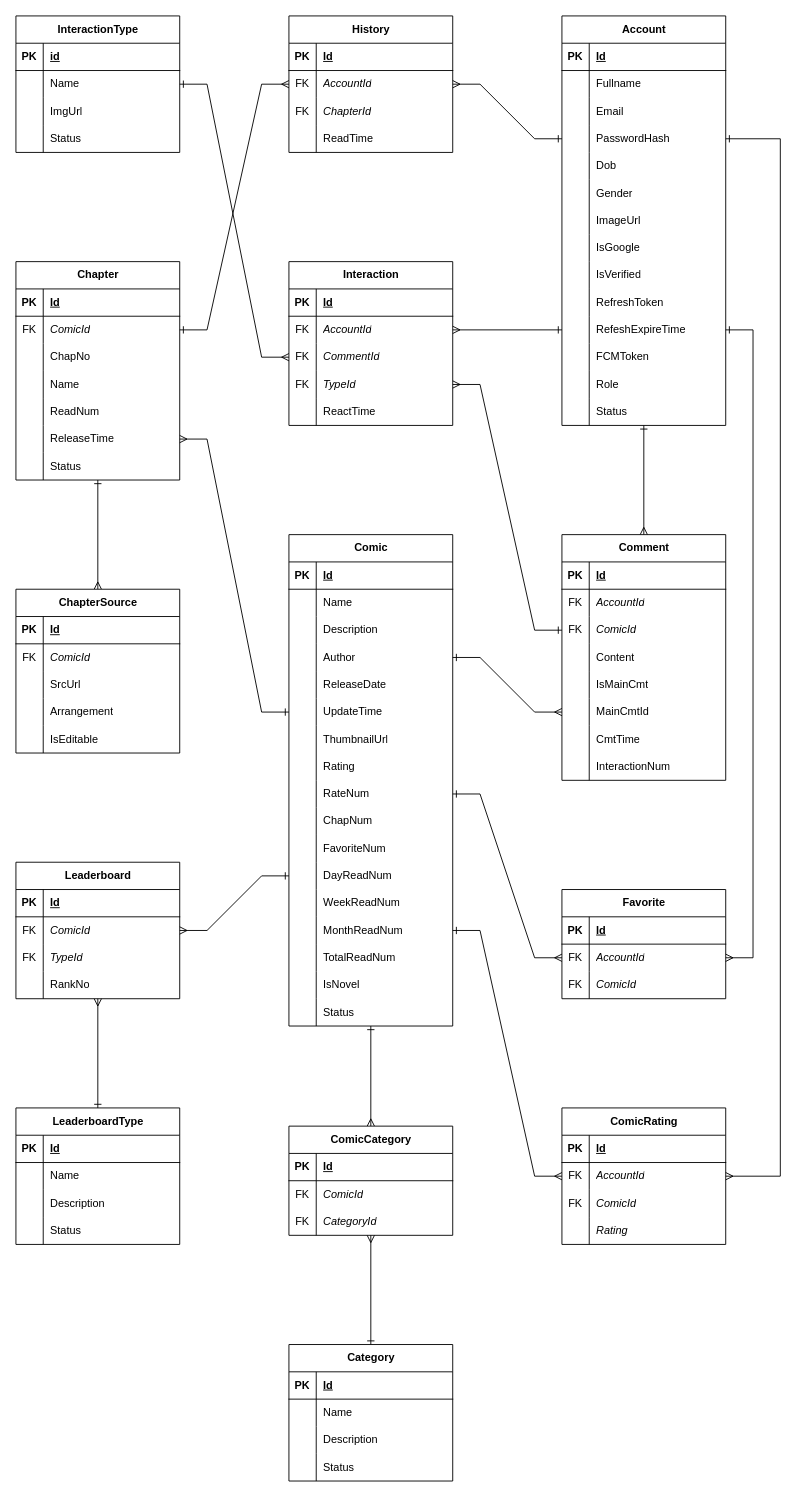
This is page "Logical" (2 of 2) of OnComics.Scripts/OnComics-ERD-Diagram.drawio from hiepquoc0607/OnComics, a draw.io file, before an edit. Source tidied: cells renumbered, new cells numbered last; positions are measured from the earlier drawing's top-left corner, leaving out a move shared by most shapes. Both pictures are drawn from the tidied source at 91%, with x=0, y=0 at pixel (15, 15).
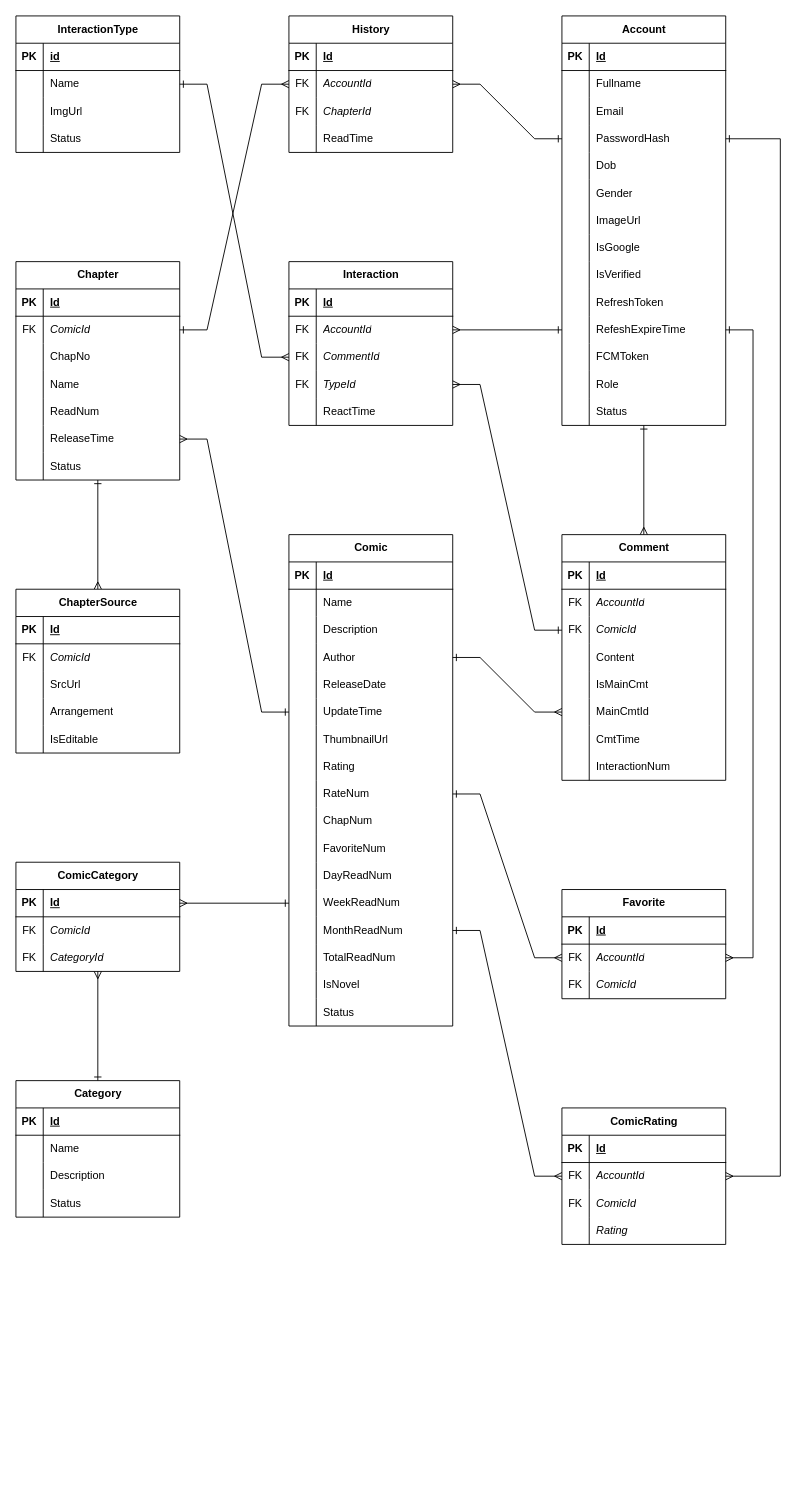
Above is the later version.

Unchanged cells that the change refers to:
```xml
<mxCell id="147" value="Comic" style="shape=table;startSize=30;childLayout=tableLayout;rowLines=0;fontStyle=1;align=center;html=1;" parent="1" vertex="1">
  <mxGeometry x="300" y="570" width="180" height="540" as="geometry" />
</mxCell>
<mxCell id="181" style="shape=tableRow;horizontal=0;startSize=0;swimlaneHead=0;swimlaneBody=0;fillColor=none;points=[[0,0.5],[1,0.5]];portConstraint=eastwest;top=0;left=0;right=0;bottom=0;" parent="147" vertex="1">
  <mxGeometry y="360" width="180" height="30" as="geometry" />
</mxCell>
<mxCell id="184" style="shape=tableRow;horizontal=0;startSize=0;swimlaneHead=0;swimlaneBody=0;fillColor=none;points=[[0,0.5],[1,0.5]];portConstraint=eastwest;top=0;left=0;right=0;bottom=0;" parent="147" vertex="1">
  <mxGeometry y="390" width="180" height="30" as="geometry" />
</mxCell>
<mxCell id="228" style="shape=tableRow;horizontal=0;startSize=0;swimlaneHead=0;swimlaneBody=0;fillColor=none;points=[[0,0.5],[1,0.5]];portConstraint=eastwest;top=0;left=0;right=0;bottom=1;" parent="227" vertex="1">
  <mxGeometry y="30" width="180" height="30" as="geometry" />
</mxCell>
```

Change to the diagram source:
```diff
@@
-    <mxCell id="146" style="rounded=0;jettySize=auto;html=1;entryX=0.5;entryY=0;entryDx=0;entryDy=0;startArrow=ERone;startFill=0;endArrow=ERmany;endFill=0;" parent="1" edge="1" source="147" target="227">
+    <mxCell id="146" style="rounded=0;jettySize=auto;html=1;entryX=1;entryY=0.5;entryDx=0;entryDy=0;startArrow=ERone;startFill=0;endArrow=ERmany;endFill=0;exitX=0;exitY=0.5;exitDx=0;exitDy=0;" parent="1" edge="1" source="184" target="228">
       <mxGeometry relative="1" as="geometry" />
     </mxCell>
@@
-    <mxCell id="199" style="rounded=0;jettySize=auto;html=1;entryX=0.5;entryY=0;entryDx=0;entryDy=0;startArrow=ERmany;startFill=0;endArrow=ERone;endFill=0;" parent="1" edge="1" source="200" target="213">
-      <mxGeometry relative="1" as="geometry" />
-    </mxCell>
-    <mxCell id="200" value="Leaderboard" style="shape=table;startSize=30;childLayout=tableLayout;rowLines=0;fontStyle=1;align=center;html=1;" parent="1" vertex="1">
-      <mxGeometry y="930" width="180" height="150" as="geometry" />
-    </mxCell>
-    <mxCell id="201" style="shape=tableRow;horizontal=0;startSize=0;swimlaneHead=0;swimlaneBody=0;fillColor=none;top=0;left=0;right=0;bottom=1;" parent="200" vertex="1">
-      <mxGeometry y="30" width="180" height="30" as="geometry" />
-    </mxCell>
-    <mxCell id="202" value="PK" style="shape=partialRectangle;fillColor=none;top=0;left=0;bottom=0;right=0;fontStyle=1;overflow=hidden;whiteSpace=wrap;html=1;" parent="201" vertex="1">
-      <mxGeometry width="30" height="30" as="geometry" />
-    </mxCell>
-    <mxCell id="203" value="Id" style="shape=partialRectangle;fillColor=none;top=0;left=0;bottom=0;right=0;align=left;spacingLeft=6;fontStyle=5;overflow=hidden;whiteSpace=wrap;html=1;" parent="201" vertex="1">
-      <mxGeometry x="30" width="150" height="30" as="geometry" />
-    </mxCell>
-    <mxCell id="204" style="shape=tableRow;horizontal=0;startSize=0;swimlaneHead=0;swimlaneBody=0;fillColor=none;points=[[0,0.5],[1,0.5]];portConstraint=eastwest;top=0;left=0;right=0;bottom=0;" parent="200" vertex="1">
-      <mxGeometry y="60" width="180" height="30" as="geometry" />
-    </mxCell>
-    <mxCell id="205" value="FK" style="shape=partialRectangle;fillColor=none;top=0;left=0;bottom=0;right=0;overflow=hidden;whiteSpace=wrap;html=1;" parent="204" vertex="1">
-      <mxGeometry width="30" height="30" as="geometry" />
-    </mxCell>
-    <mxCell id="206" value="ComicId" style="shape=partialRectangle;fillColor=none;top=0;left=0;bottom=0;right=0;align=left;spacingLeft=6;overflow=hidden;whiteSpace=wrap;html=1;fontStyle=2;" parent="204" vertex="1">
-      <mxGeometry x="30" width="150" height="30" as="geometry" />
-    </mxCell>
-    <mxCell id="207" style="shape=tableRow;horizontal=0;startSize=0;swimlaneHead=0;swimlaneBody=0;fillColor=none;top=0;left=0;right=0;bottom=0;" parent="200" vertex="1">
-      <mxGeometry y="90" width="180" height="30" as="geometry" />
-    </mxCell>
-    <mxCell id="208" value="FK" style="shape=partialRectangle;fillColor=none;top=0;left=0;bottom=0;right=0;overflow=hidden;whiteSpace=wrap;html=1;" parent="207" vertex="1">
-      <mxGeometry width="30" height="30" as="geometry" />
-    </mxCell>
-    <mxCell id="209" value="TypeId" style="shape=partialRectangle;fillColor=none;top=0;left=0;bottom=0;right=0;align=left;spacingLeft=6;overflow=hidden;whiteSpace=wrap;html=1;fontStyle=2;" parent="207" vertex="1">
-      <mxGeometry x="30" width="150" height="30" as="geometry" />
-    </mxCell>
-    <mxCell id="210" style="shape=tableRow;horizontal=0;startSize=0;swimlaneHead=0;swimlaneBody=0;fillColor=none;top=0;left=0;right=0;bottom=0;" parent="200" vertex="1">
-      <mxGeometry y="120" width="180" height="30" as="geometry" />
-    </mxCell>
-    <mxCell id="211" style="shape=partialRectangle;fillColor=none;top=0;left=0;bottom=0;right=0;overflow=hidden;whiteSpace=wrap;html=1;" parent="210" vertex="1">
-      <mxGeometry width="30" height="30" as="geometry" />
-    </mxCell>
-    <mxCell id="212" value="RankNo" style="shape=partialRectangle;fillColor=none;top=0;left=0;bottom=0;right=0;align=left;spacingLeft=6;overflow=hidden;whiteSpace=wrap;html=1;" parent="210" vertex="1">
-      <mxGeometry x="30" width="150" height="30" as="geometry" />
-    </mxCell>
-    <mxCell id="213" value="LeaderboardType" style="shape=table;startSize=30;childLayout=tableLayout;rowLines=0;fontStyle=1;align=center;html=1;" parent="1" vertex="1">
-      <mxGeometry y="1200" width="180" height="150" as="geometry" />
-    </mxCell>
-    <mxCell id="214" style="shape=tableRow;horizontal=0;startSize=0;swimlaneHead=0;swimlaneBody=0;fillColor=none;top=0;left=0;right=0;bottom=1;" parent="213" vertex="1">
-      <mxGeometry y="30" width="180" height="30" as="geometry" />
-    </mxCell>
-    <mxCell id="215" value="PK" style="shape=partialRectangle;fillColor=none;top=0;left=0;bottom=0;right=0;fontStyle=1;overflow=hidden;whiteSpace=wrap;html=1;" parent="214" vertex="1">
-      <mxGeometry width="30" height="30" as="geometry" />
-    </mxCell>
-    <mxCell id="216" value="Id" style="shape=partialRectangle;fillColor=none;top=0;left=0;bottom=0;right=0;align=left;spacingLeft=6;fontStyle=5;overflow=hidden;whiteSpace=wrap;html=1;" parent="214" vertex="1">
-      <mxGeometry x="30" width="150" height="30" as="geometry" />
-    </mxCell>
-    <mxCell id="217" style="shape=tableRow;horizontal=0;startSize=0;swimlaneHead=0;swimlaneBody=0;fillColor=none;top=0;left=0;right=0;bottom=0;" parent="213" vertex="1">
-      <mxGeometry y="60" width="180" height="30" as="geometry" />
-    </mxCell>
-    <mxCell id="218" style="shape=partialRectangle;fillColor=none;top=0;left=0;bottom=0;right=0;overflow=hidden;whiteSpace=wrap;html=1;" parent="217" vertex="1">
-      <mxGeometry width="30" height="30" as="geometry" />
-    </mxCell>
-    <mxCell id="219" value="Name" style="shape=partialRectangle;fillColor=none;top=0;left=0;bottom=0;right=0;align=left;spacingLeft=6;overflow=hidden;whiteSpace=wrap;html=1;" parent="217" vertex="1">
-      <mxGeometry x="30" width="150" height="30" as="geometry" />
-    </mxCell>
-    <mxCell id="220" style="shape=tableRow;horizontal=0;startSize=0;swimlaneHead=0;swimlaneBody=0;fillColor=none;top=0;left=0;right=0;bottom=0;" parent="213" vertex="1">
-      <mxGeometry y="90" width="180" height="30" as="geometry" />
-    </mxCell>
-    <mxCell id="221" style="shape=partialRectangle;fillColor=none;top=0;left=0;bottom=0;right=0;overflow=hidden;whiteSpace=wrap;html=1;" parent="220" vertex="1">
-      <mxGeometry width="30" height="30" as="geometry" />
-    </mxCell>
-    <mxCell id="222" value="Description" style="shape=partialRectangle;fillColor=none;top=0;left=0;bottom=0;right=0;align=left;spacingLeft=6;overflow=hidden;whiteSpace=wrap;html=1;" parent="220" vertex="1">
-      <mxGeometry x="30" width="150" height="30" as="geometry" />
-    </mxCell>
-    <mxCell id="223" style="shape=tableRow;horizontal=0;startSize=0;swimlaneHead=0;swimlaneBody=0;fillColor=none;top=0;left=0;right=0;bottom=0;" parent="213" vertex="1">
-      <mxGeometry y="120" width="180" height="30" as="geometry" />
-    </mxCell>
-    <mxCell id="224" style="shape=partialRectangle;fillColor=none;top=0;left=0;bottom=0;right=0;overflow=hidden;whiteSpace=wrap;html=1;" parent="223" vertex="1">
-      <mxGeometry width="30" height="30" as="geometry" />
-    </mxCell>
-    <mxCell id="225" value="Status" style="shape=partialRectangle;fillColor=none;top=0;left=0;bottom=0;right=0;align=left;spacingLeft=6;overflow=hidden;whiteSpace=wrap;html=1;" parent="223" vertex="1">
-      <mxGeometry x="30" width="150" height="30" as="geometry" />
-    </mxCell>
@@
     <mxCell id="227" value="ComicCategory" style="shape=table;startSize=30;childLayout=tableLayout;rowLines=0;fontStyle=1;align=center;html=1;" parent="1" vertex="1">
-      <mxGeometry x="300" y="1220" width="180" height="120" as="geometry" />
+      <mxGeometry y="930" width="180" height="120" as="geometry" />
     </mxCell>
@@
     <mxCell id="237" value="Category" style="shape=table;startSize=30;childLayout=tableLayout;rowLines=0;fontStyle=1;align=center;html=1;" parent="1" vertex="1">
-      <mxGeometry x="300" y="1460" width="180" height="150" as="geometry" />
+      <mxGeometry y="1170" width="180" height="150" as="geometry" />
     </mxCell>
@@
-    <mxCell id="250" style="endArrow=ERmany;html=1;rounded=0;startArrow=ERone;startFill=0;endFill=0;exitX=0;exitY=0.5;exitDx=0;exitDy=0;entryX=1;entryY=0.5;entryDx=0;entryDy=0;" parent="1" edge="1" source="181" target="204">
-      <mxGeometry relative="1" as="geometry">
-        <Array as="points">
-          <mxPoint x="270" y="945" />
-          <mxPoint x="210" y="1005" />
-        </Array>
-      </mxGeometry>
-    </mxCell>
```
